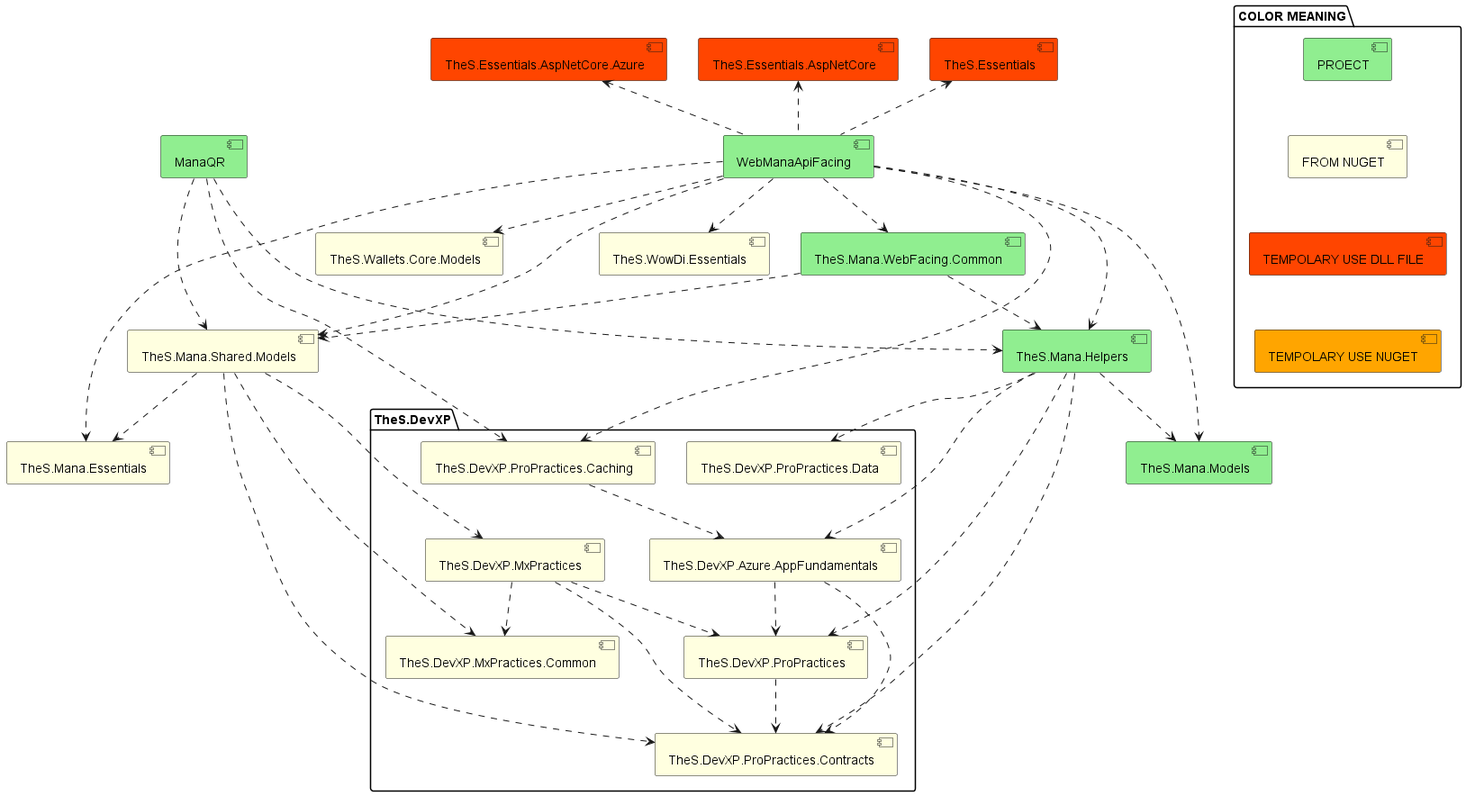
This is mana-structure/out/ManaWalletFacing/ManaWalletFacing.png from BugLordTO/cart-ideas, a PlantUML export, as it was before one commit.
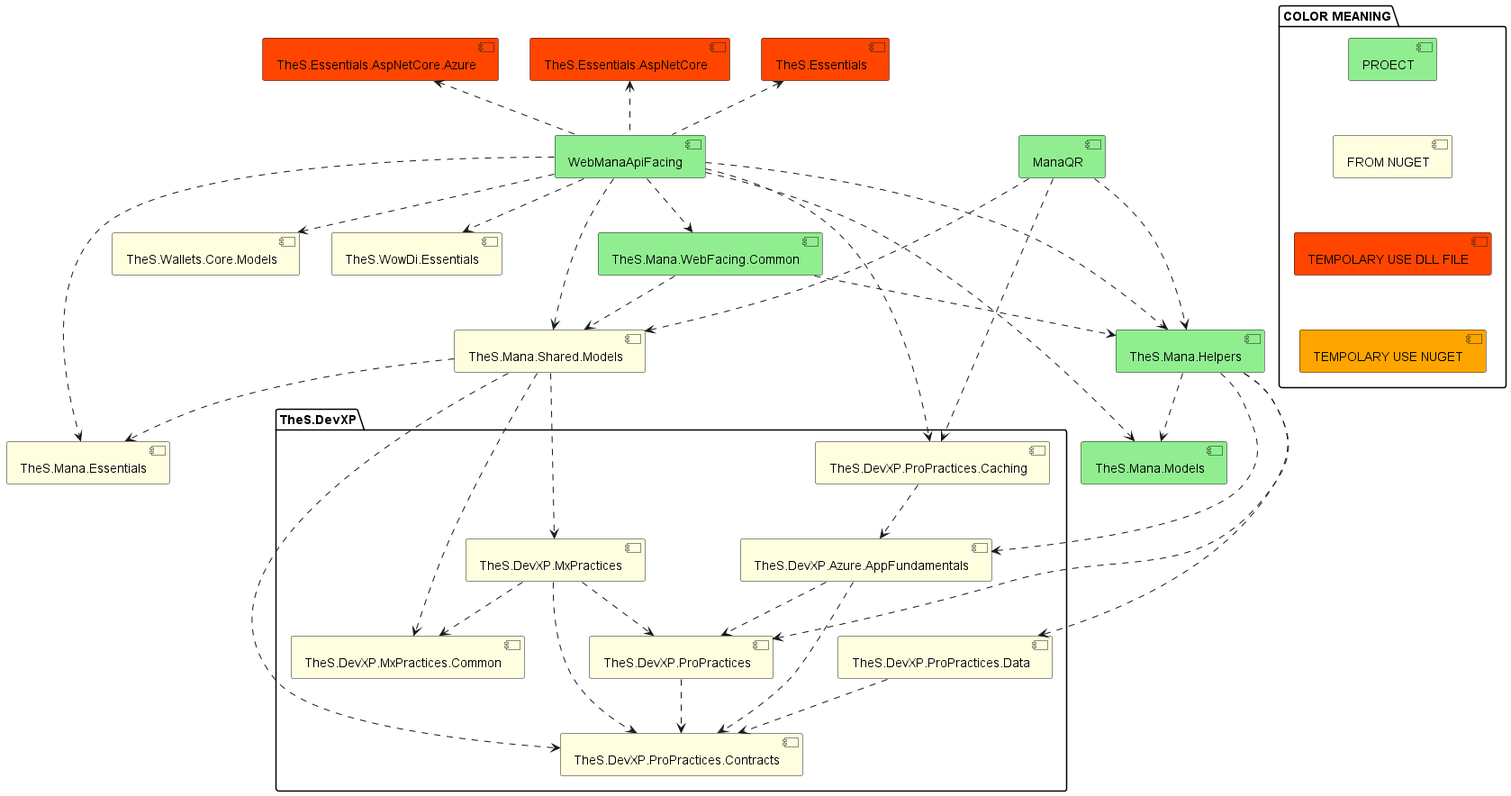
After the change.

Change to the diagram source:
```diff
@@ -38,7 +38,6 @@
 
 
 
-
 [WebManaApiFacing] .u.> [TheS.Essentials]
 [WebManaApiFacing] .u.> [TheS.Essentials.AspNetCore]
 [WebManaApiFacing] .u.> [TheS.Essentials.AspNetCore.Azure]
@@ -65,10 +64,10 @@
 [TheS.Mana.WebFacing.Common] ..> [TheS.Mana.Shared.Models]
 [TheS.Mana.WebFacing.Common] ..> [TheS.Mana.Helpers]
 [WebManaApiFacing] ..> [TheS.Mana.Helpers]
-[TheS.Mana.Helpers] ..> [TheS.DevXP.Azure.AppFundamentals]
+[TheS.Mana.Helpers] ...> [TheS.DevXP.Azure.AppFundamentals]
 [TheS.Mana.Helpers] ..> [TheS.DevXP.ProPractices]
 [TheS.Mana.Helpers] ..> [TheS.DevXP.ProPractices.Data]
-[TheS.Mana.Helpers] ..> [TheS.DevXP.ProPractices.Contracts]
+[TheS.DevXP.ProPractices.Data] ..> [TheS.DevXP.ProPractices.Contracts]
 [TheS.Mana.Helpers] ..> [TheS.Mana.Models]
 
 
```
